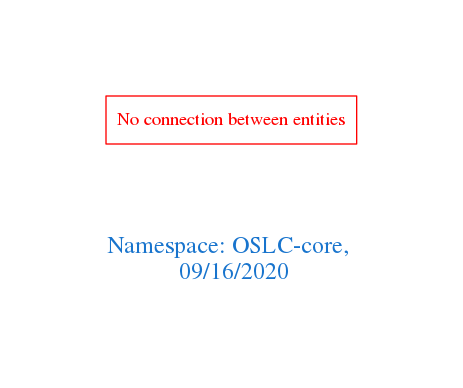
Before: downloads/OSLC-core.png, a diagram exported from Graphviz (arago/OGIT). Its source is kept beside it as downloads/OSLC-core.dot.
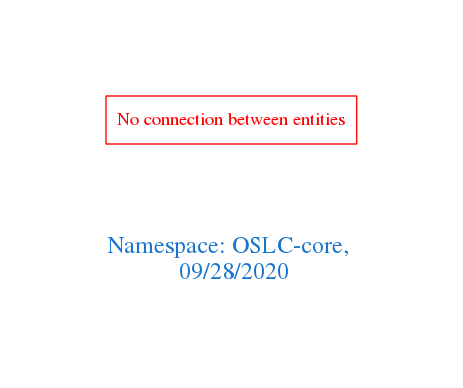
Above is the later version.

What changed in the source:
```diff
@@ -1,7 +1,7 @@
 digraph OGIT_ontology {
  graph [ rankdir= LR,pad=1
 fontsize = 18,
-fontcolor= dodgerblue3,label = "\n\n\nNamespace: OSLC-core, \n 09/16/2020"];
+fontcolor= dodgerblue3,label = "\n\n\nNamespace: OSLC-core, \n 09/28/2020"];
 node[shape=polygon];
 edge [  color="gray81"];
 
```
